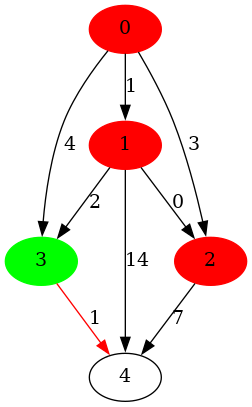
Above: algorithm_visualizer/src/save/tmp/dicgraph.png in Les-Alchimistes-Labs/AlgorithmVisualizer (Graphviz), before the change. Its source is kept beside it as algorithm_visualizer/src/save/tmp/dicgraph.dot.
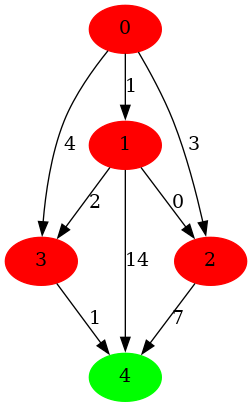
Later version of the same file.

Diff of the diagram source:
```diff
@@ -6,10 +6,10 @@
 n1->n3 [label = 2] // 1 3 2
 n1->n4 [label = 14] // 1 4 14
 n2->n4 [label = 7] // 2 4 7
-n3->n4 [label = 1 ,color = red] // 3 4 1
+n3->n4 [label = 1] // 3 4 1
 n0 [label="0", style = filled , color = red ]
 n1 [label="1", style = filled , color = red ]
 n2 [label="2", style = filled , color = red ]
-n3 [label="3", style = filled , color = green ]
-n4 [label="4"]
+n3 [label="3", style = filled , color = red ]
+n4 [label="4", style = filled , color = green ]
 }
```
